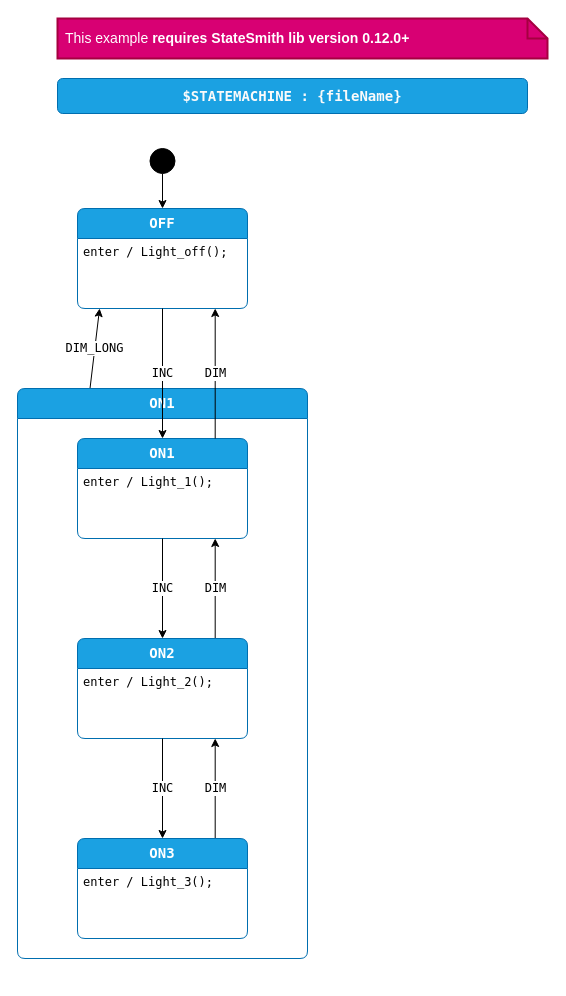
This is page "design" (1 of 3) of buttons-lights-2/LightSm.drawio from StateSmith/StateSmith-examples, a draw.io file, before an edit. Source tidied: cells renumbered, new cells numbered last; positions are measured from the earlier drawing's top-left corner, leaving out a move shared by most shapes. Both pictures are drawn from the tidied source at 100%, with x=0, y=0 at pixel (17, 18).
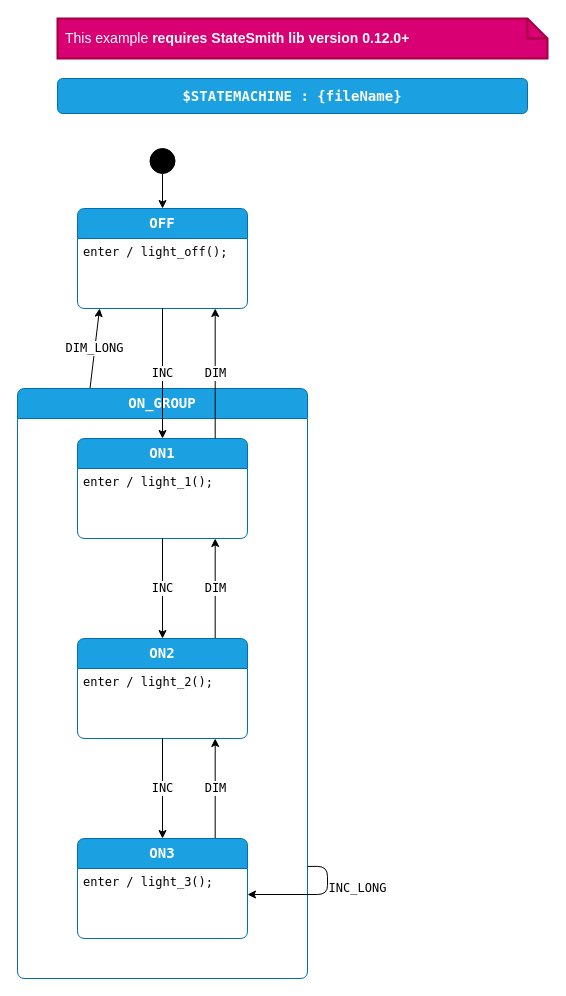
After the change.

The change refers to these unchanged cells:
```xml
<mxCell id="5" value="OFF" style="shape=swimlane;align=center;verticalAlign=top;fontFamily=Lucida Console;startSize=30;fontSize=14;fontStyle=1;fontColor=#ffffff;fillColor=#1ba1e2;swimlaneFillColor=default;rounded=1;arcSize=15;absoluteArcSize=1;points=[[0,0,0,0,0],[0,0.06,0,0,0],[0,0.13,0,0,0],[0,0.19,0,0,0],[0,0.25,0,0,0],[0,0.31,0,0,0],[0,0.38,0,0,0],[0,0.44,0,0,0],[0,0.5,0,0,0],[0,0.56,0,0,0],[0,0.63,0,0,0],[0,0.69,0,0,0],[0,0.75,0,0,0],[0,0.81,0,0,0],[0,0.88,0,0,0],[0,0.94,0,0,0],[0,1,0,0,0],[0.06,0,0,0,0],[0.06,1,0,0,0],[0.13,0,0,0,0],[0.13,1,0,0,0],[0.19,0,0,0,0],[0.19,1,0,0,0],[0.25,0,0,0,0],[0.25,1,0,0,0],[0.31,0,0,0,0],[0.31,1,0,0,0],[0.38,0,0,0,0],[0.38,1,0,0,0],[0.44,0,0,0,0],[0.44,1,0,0,0],[0.5,0,0,0,0],[0.5,1,0,0,0],[0.56,0,0,0,0],[0.56,1,0,0,0],[0.63,0,0,0,0],[0.63,1,0,0,0],[0.69,0,0,0,0],[0.69,1,0,0,0],[0.75,0,0,0,0],[0.75,1,0,0,0],[0.81,0,0,0,0],[0.81,1,0,0,0],[0.88,0,0,0,0],[0.88,1,0,0,0],[0.94,0,0,0,0],[0.94,1,0,0,0],[1,0,0,0,0],[1,0.06,0,0,0],[1,0.13,0,0,0],[1,0.19,0,0,0],[1,0.25,0,0,0],[1,0.31,0,0,0],[1,0.38,0,0,0],[1,0.44,0,0,0],[1,0.5,0,0,0],[1,0.56,0,0,0],[1,0.63,0,0,0],[1,0.69,0,0,0],[1,0.75,0,0,0],[1,0.81,0,0,0],[1,0.88,0,0,0],[1,0.94,0,0,0],[1,1,0,0,0]];strokeColor=#006EAF;" parent="1" vertex="1">
  <mxGeometry x="60" y="190" width="170" height="100" as="geometry" />
</mxCell>
<mxCell id="11" value="ON1" style="shape=swimlane;align=center;verticalAlign=top;fontFamily=Lucida Console;startSize=30;fontSize=14;fontStyle=1;fontColor=#ffffff;fillColor=#1ba1e2;swimlaneFillColor=default;rounded=1;arcSize=15;absoluteArcSize=1;points=[[0,0,0,0,0],[0,0.06,0,0,0],[0,0.13,0,0,0],[0,0.19,0,0,0],[0,0.25,0,0,0],[0,0.31,0,0,0],[0,0.38,0,0,0],[0,0.44,0,0,0],[0,0.5,0,0,0],[0,0.56,0,0,0],[0,0.63,0,0,0],[0,0.69,0,0,0],[0,0.75,0,0,0],[0,0.81,0,0,0],[0,0.88,0,0,0],[0,0.94,0,0,0],[0,1,0,0,0],[0.06,0,0,0,0],[0.06,1,0,0,0],[0.13,0,0,0,0],[0.13,1,0,0,0],[0.19,0,0,0,0],[0.19,1,0,0,0],[0.25,0,0,0,0],[0.25,1,0,0,0],[0.31,0,0,0,0],[0.31,1,0,0,0],[0.38,0,0,0,0],[0.38,1,0,0,0],[0.44,0,0,0,0],[0.44,1,0,0,0],[0.5,0,0,0,0],[0.5,1,0,0,0],[0.56,0,0,0,0],[0.56,1,0,0,0],[0.63,0,0,0,0],[0.63,1,0,0,0],[0.69,0,0,0,0],[0.69,1,0,0,0],[0.75,0,0,0,0],[0.75,1,0,0,0],[0.81,0,0,0,0],[0.81,1,0,0,0],[0.88,0,0,0,0],[0.88,1,0,0,0],[0.94,0,0,0,0],[0.94,1,0,0,0],[1,0,0,0,0],[1,0.06,0,0,0],[1,0.13,0,0,0],[1,0.19,0,0,0],[1,0.25,0,0,0],[1,0.31,0,0,0],[1,0.38,0,0,0],[1,0.44,0,0,0],[1,0.5,0,0,0],[1,0.56,0,0,0],[1,0.63,0,0,0],[1,0.69,0,0,0],[1,0.75,0,0,0],[1,0.81,0,0,0],[1,0.88,0,0,0],[1,0.94,0,0,0],[1,1,0,0,0]];strokeColor=#006EAF;" parent="9" vertex="1">
  <mxGeometry x="60" y="50" width="170" height="100" as="geometry" />
</mxCell>
<mxCell id="14" value="ON2" style="shape=swimlane;align=center;verticalAlign=top;fontFamily=Lucida Console;startSize=30;fontSize=14;fontStyle=1;fontColor=#ffffff;fillColor=#1ba1e2;swimlaneFillColor=default;rounded=1;arcSize=15;absoluteArcSize=1;points=[[0,0,0,0,0],[0,0.06,0,0,0],[0,0.13,0,0,0],[0,0.19,0,0,0],[0,0.25,0,0,0],[0,0.31,0,0,0],[0,0.38,0,0,0],[0,0.44,0,0,0],[0,0.5,0,0,0],[0,0.56,0,0,0],[0,0.63,0,0,0],[0,0.69,0,0,0],[0,0.75,0,0,0],[0,0.81,0,0,0],[0,0.88,0,0,0],[0,0.94,0,0,0],[0,1,0,0,0],[0.06,0,0,0,0],[0.06,1,0,0,0],[0.13,0,0,0,0],[0.13,1,0,0,0],[0.19,0,0,0,0],[0.19,1,0,0,0],[0.25,0,0,0,0],[0.25,1,0,0,0],[0.31,0,0,0,0],[0.31,1,0,0,0],[0.38,0,0,0,0],[0.38,1,0,0,0],[0.44,0,0,0,0],[0.44,1,0,0,0],[0.5,0,0,0,0],[0.5,1,0,0,0],[0.56,0,0,0,0],[0.56,1,0,0,0],[0.63,0,0,0,0],[0.63,1,0,0,0],[0.69,0,0,0,0],[0.69,1,0,0,0],[0.75,0,0,0,0],[0.75,1,0,0,0],[0.81,0,0,0,0],[0.81,1,0,0,0],[0.88,0,0,0,0],[0.88,1,0,0,0],[0.94,0,0,0,0],[0.94,1,0,0,0],[1,0,0,0,0],[1,0.06,0,0,0],[1,0.13,0,0,0],[1,0.19,0,0,0],[1,0.25,0,0,0],[1,0.31,0,0,0],[1,0.38,0,0,0],[1,0.44,0,0,0],[1,0.5,0,0,0],[1,0.56,0,0,0],[1,0.63,0,0,0],[1,0.69,0,0,0],[1,0.75,0,0,0],[1,0.81,0,0,0],[1,0.88,0,0,0],[1,0.94,0,0,0],[1,1,0,0,0]];strokeColor=#006EAF;" parent="9" vertex="1">
  <mxGeometry x="60" y="250" width="170" height="100" as="geometry" />
</mxCell>
<mxCell id="18" value="ON3" style="shape=swimlane;align=center;verticalAlign=top;fontFamily=Lucida Console;startSize=30;fontSize=14;fontStyle=1;fontColor=#ffffff;fillColor=#1ba1e2;swimlaneFillColor=default;rounded=1;arcSize=15;absoluteArcSize=1;points=[[0,0,0,0,0],[0,0.06,0,0,0],[0,0.13,0,0,0],[0,0.19,0,0,0],[0,0.25,0,0,0],[0,0.31,0,0,0],[0,0.38,0,0,0],[0,0.44,0,0,0],[0,0.5,0,0,0],[0,0.56,0,0,0],[0,0.63,0,0,0],[0,0.69,0,0,0],[0,0.75,0,0,0],[0,0.81,0,0,0],[0,0.88,0,0,0],[0,0.94,0,0,0],[0,1,0,0,0],[0.06,0,0,0,0],[0.06,1,0,0,0],[0.13,0,0,0,0],[0.13,1,0,0,0],[0.19,0,0,0,0],[0.19,1,0,0,0],[0.25,0,0,0,0],[0.25,1,0,0,0],[0.31,0,0,0,0],[0.31,1,0,0,0],[0.38,0,0,0,0],[0.38,1,0,0,0],[0.44,0,0,0,0],[0.44,1,0,0,0],[0.5,0,0,0,0],[0.5,1,0,0,0],[0.56,0,0,0,0],[0.56,1,0,0,0],[0.63,0,0,0,0],[0.63,1,0,0,0],[0.69,0,0,0,0],[0.69,1,0,0,0],[0.75,0,0,0,0],[0.75,1,0,0,0],[0.81,0,0,0,0],[0.81,1,0,0,0],[0.88,0,0,0,0],[0.88,1,0,0,0],[0.94,0,0,0,0],[0.94,1,0,0,0],[1,0,0,0,0],[1,0.06,0,0,0],[1,0.13,0,0,0],[1,0.19,0,0,0],[1,0.25,0,0,0],[1,0.31,0,0,0],[1,0.38,0,0,0],[1,0.44,0,0,0],[1,0.5,0,0,0],[1,0.56,0,0,0],[1,0.63,0,0,0],[1,0.69,0,0,0],[1,0.75,0,0,0],[1,0.81,0,0,0],[1,0.88,0,0,0],[1,0.94,0,0,0],[1,1,0,0,0]];strokeColor=#006EAF;" parent="9" vertex="1">
  <mxGeometry x="60" y="450" width="170" height="100" as="geometry" />
</mxCell>
```

The edit, as a diff of the source:
```diff
@@
-    <mxCell id="6" value="enter / Light_off();" style="fontFamily=Lucida Console;align=left;verticalAlign=top;fillColor=none;gradientColor=none;strokeColor=none;rounded=0;spacingLeft=4;" parent="5" vertex="1">
+    <mxCell id="6" value="enter / light_off();" style="fontFamily=Lucida Console;align=left;verticalAlign=top;fillColor=none;gradientColor=none;strokeColor=none;rounded=0;spacingLeft=4;" parent="5" vertex="1">
       <mxGeometry y="30" width="170" height="30" as="geometry" />
     </mxCell>
@@
-    <mxCell id="9" value="ON1" style="shape=swimlane;align=center;verticalAlign=top;fontFamily=Lucida Console;startSize=30;fontSize=14;fontStyle=1;fontColor=#ffffff;fillColor=#1ba1e2;swimlaneFillColor=default;rounded=1;arcSize=15;absoluteArcSize=1;points=[[0,0,0,0,0],[0,0.06,0,0,0],[0,0.13,0,0,0],[0,0.19,0,0,0],[0,0.25,0,0,0],[0,0.31,0,0,0],[0,0.38,0,0,0],[0,0.44,0,0,0],[0,0.5,0,0,0],[0,0.56,0,0,0],[0,0.63,0,0,0],[0,0.69,0,0,0],[0,0.75,0,0,0],[0,0.81,0,0,0],[0,0.88,0,0,0],[0,0.94,0,0,0],[0,1,0,0,0],[0.06,0,0,0,0],[0.06,1,0,0,0],[0.13,0,0,0,0],[0.13,1,0,0,0],[0.19,0,0,0,0],[0.19,1,0,0,0],[0.25,0,0,0,0],[0.25,1,0,0,0],[0.31,0,0,0,0],[0.31,1,0,0,0],[0.38,0,0,0,0],[0.38,1,0,0,0],[0.44,0,0,0,0],[0.44,1,0,0,0],[0.5,0,0,0,0],[0.5,1,0,0,0],[0.56,0,0,0,0],[0.56,1,0,0,0],[0.63,0,0,0,0],[0.63,1,0,0,0],[0.69,0,0,0,0],[0.69,1,0,0,0],[0.75,0,0,0,0],[0.75,1,0,0,0],[0.81,0,0,0,0],[0.81,1,0,0,0],[0.88,0,0,0,0],[0.88,1,0,0,0],[0.94,0,0,0,0],[0.94,1,0,0,0],[1,0,0,0,0],[1,0.06,0,0,0],[1,0.13,0,0,0],[1,0.19,0,0,0],[1,0.25,0,0,0],[1,0.31,0,0,0],[1,0.38,0,0,0],[1,0.44,0,0,0],[1,0.5,0,0,0],[1,0.56,0,0,0],[1,0.63,0,0,0],[1,0.69,0,0,0],[1,0.75,0,0,0],[1,0.81,0,0,0],[1,0.88,0,0,0],[1,0.94,0,0,0],[1,1,0,0,0]];strokeColor=#006EAF;" parent="1" vertex="1">
-      <mxGeometry y="370" width="290" height="570" as="geometry" />
+    <mxCell id="9" value="ON_GROUP" style="shape=swimlane;align=center;verticalAlign=top;fontFamily=Lucida Console;startSize=30;fontSize=14;fontStyle=1;fontColor=#ffffff;fillColor=#1ba1e2;swimlaneFillColor=default;rounded=1;arcSize=15;absoluteArcSize=1;points=[[0,0,0,0,0],[0,0.06,0,0,0],[0,0.13,0,0,0],[0,0.19,0,0,0],[0,0.25,0,0,0],[0,0.31,0,0,0],[0,0.38,0,0,0],[0,0.44,0,0,0],[0,0.5,0,0,0],[0,0.56,0,0,0],[0,0.63,0,0,0],[0,0.69,0,0,0],[0,0.75,0,0,0],[0,0.81,0,0,0],[0,0.88,0,0,0],[0,0.94,0,0,0],[0,1,0,0,0],[0.06,0,0,0,0],[0.06,1,0,0,0],[0.13,0,0,0,0],[0.13,1,0,0,0],[0.19,0,0,0,0],[0.19,1,0,0,0],[0.25,0,0,0,0],[0.25,1,0,0,0],[0.31,0,0,0,0],[0.31,1,0,0,0],[0.38,0,0,0,0],[0.38,1,0,0,0],[0.44,0,0,0,0],[0.44,1,0,0,0],[0.5,0,0,0,0],[0.5,1,0,0,0],[0.56,0,0,0,0],[0.56,1,0,0,0],[0.63,0,0,0,0],[0.63,1,0,0,0],[0.69,0,0,0,0],[0.69,1,0,0,0],[0.75,0,0,0,0],[0.75,1,0,0,0],[0.81,0,0,0,0],[0.81,1,0,0,0],[0.88,0,0,0,0],[0.88,1,0,0,0],[0.94,0,0,0,0],[0.94,1,0,0,0],[1,0,0,0,0],[1,0.06,0,0,0],[1,0.13,0,0,0],[1,0.19,0,0,0],[1,0.25,0,0,0],[1,0.31,0,0,0],[1,0.38,0,0,0],[1,0.44,0,0,0],[1,0.5,0,0,0],[1,0.56,0,0,0],[1,0.63,0,0,0],[1,0.69,0,0,0],[1,0.75,0,0,0],[1,0.81,0,0,0],[1,0.88,0,0,0],[1,0.94,0,0,0],[1,1,0,0,0]];strokeColor=#006EAF;" parent="1" vertex="1">
+      <mxGeometry y="370" width="290" height="590" as="geometry" />
     </mxCell>
@@
-    <mxCell id="12" value="enter / Light_1();" style="fontFamily=Lucida Console;align=left;verticalAlign=top;fillColor=none;gradientColor=none;strokeColor=none;rounded=0;spacingLeft=4;" parent="11" vertex="1">
+    <mxCell id="12" value="enter / light_1();" style="fontFamily=Lucida Console;align=left;verticalAlign=top;fillColor=none;gradientColor=none;strokeColor=none;rounded=0;spacingLeft=4;" parent="11" vertex="1">
       <mxGeometry y="30" width="160" height="30" as="geometry" />
     </mxCell>
@@
-    <mxCell id="15" value="enter / Light_2();" style="fontFamily=Lucida Console;align=left;verticalAlign=top;fillColor=none;gradientColor=none;strokeColor=none;rounded=0;spacingLeft=4;" parent="14" vertex="1">
+    <mxCell id="15" value="enter / light_2();" style="fontFamily=Lucida Console;align=left;verticalAlign=top;fillColor=none;gradientColor=none;strokeColor=none;rounded=0;spacingLeft=4;" parent="14" vertex="1">
       <mxGeometry y="30" width="160" height="30" as="geometry" />
     </mxCell>
@@
-    <mxCell id="19" value="enter / Light_3();" style="fontFamily=Lucida Console;align=left;verticalAlign=top;fillColor=none;gradientColor=none;strokeColor=none;rounded=0;spacingLeft=4;" parent="18" vertex="1">
+    <mxCell id="19" value="enter / light_3();&#10;" style="fontFamily=Lucida Console;align=left;verticalAlign=top;fillColor=none;gradientColor=none;strokeColor=none;rounded=0;spacingLeft=4;" parent="18" vertex="1">
       <mxGeometry y="30" width="160" height="30" as="geometry" />
     </mxCell>
@@
+    <mxCell id="23" value="INC_LONG" style="edgeStyle=orthogonalEdgeStyle;rounded=1;jettySize=auto;html=1;exitX=1;exitY=0.81;exitDx=0;exitDy=0;exitPerimeter=0;entryX=1;entryY=0.56;entryDx=0;entryDy=0;entryPerimeter=0;strokeColor=default;align=center;verticalAlign=middle;fontFamily=Lucida Console;fontSize=12;fontColor=default;labelBackgroundColor=default;endArrow=classic;" parent="9" edge="1" source="9" target="18">
+      <mxGeometry x="-0.34" y="30" relative="1" as="geometry" />
+    </mxCell>
```
